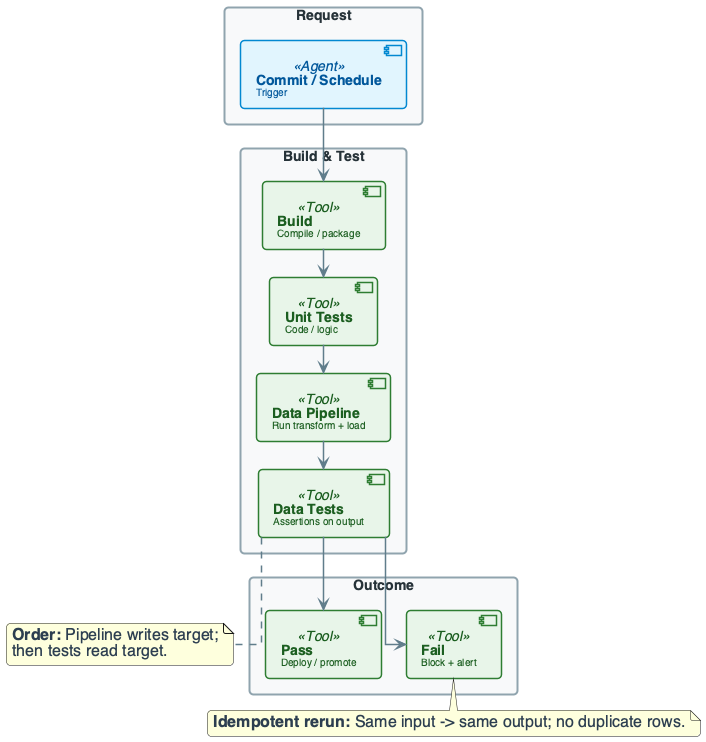
The PlantUML diagram diagrams/week13/week13_lecture_slide22_test_execution_flow.png in OrPerets/data-engineering-course, before a commit.
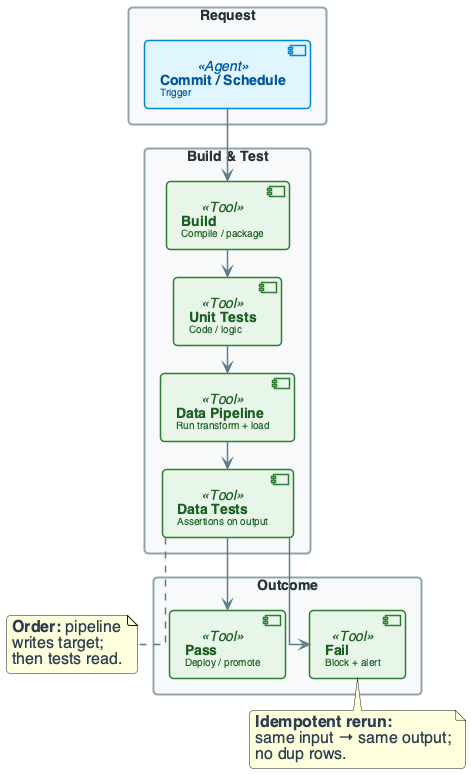
The same file after the commit.

The edit, as a diff of the source:
```diff
@@ -141,7 +141,7 @@
 DTEST --> PASS
 DTEST --> FAIL
 
-note bottom of DTEST : **Order:** Pipeline writes target;\nthen tests read target.
-note bottom of FAIL : **Idempotent rerun:** Same input -> same output; no duplicate rows.
+note bottom of DTEST : **Order:** pipeline\nwrites target;\nthen tests read.
+note bottom of FAIL : **Idempotent rerun:**\nsame input → same output;\nno dup rows.
 
 @enduml
```
